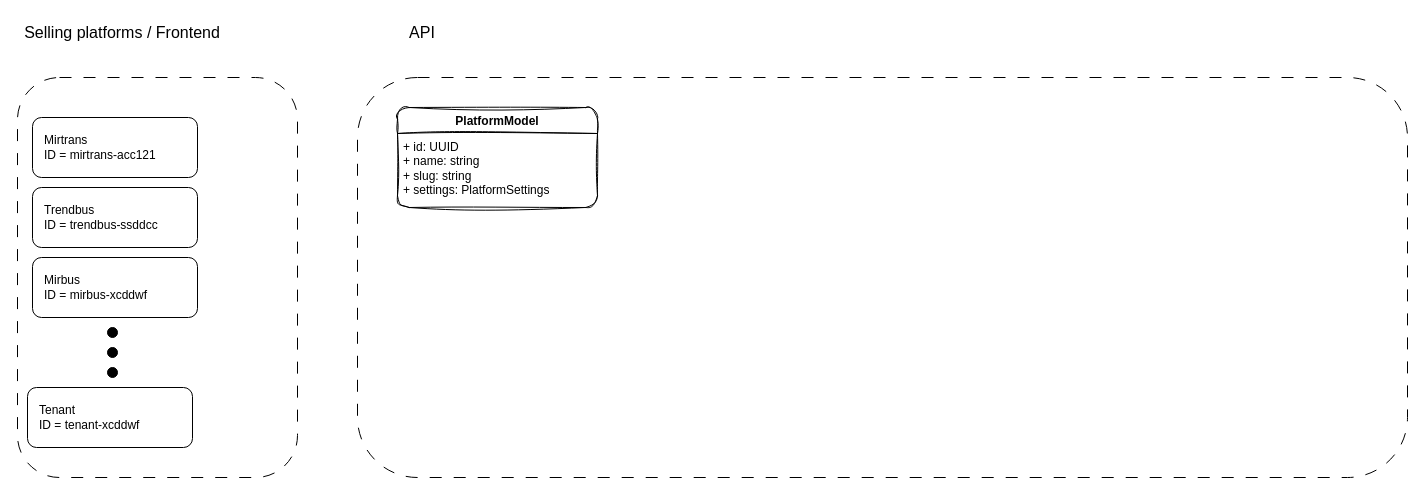
This is page "Multitenant big concept" (5 of 5) of GBS/GBS_Booking_flow.drawio from maxCheptea/Diagrams, a draw.io file, before an edit. Source tidied: cells renumbered, new cells numbered last; positions are measured from the earlier drawing's top-left corner, leaving out a move shared by most shapes. Both pictures are drawn from the tidied source at 100%, with x=0, y=0 at pixel (17, 17).
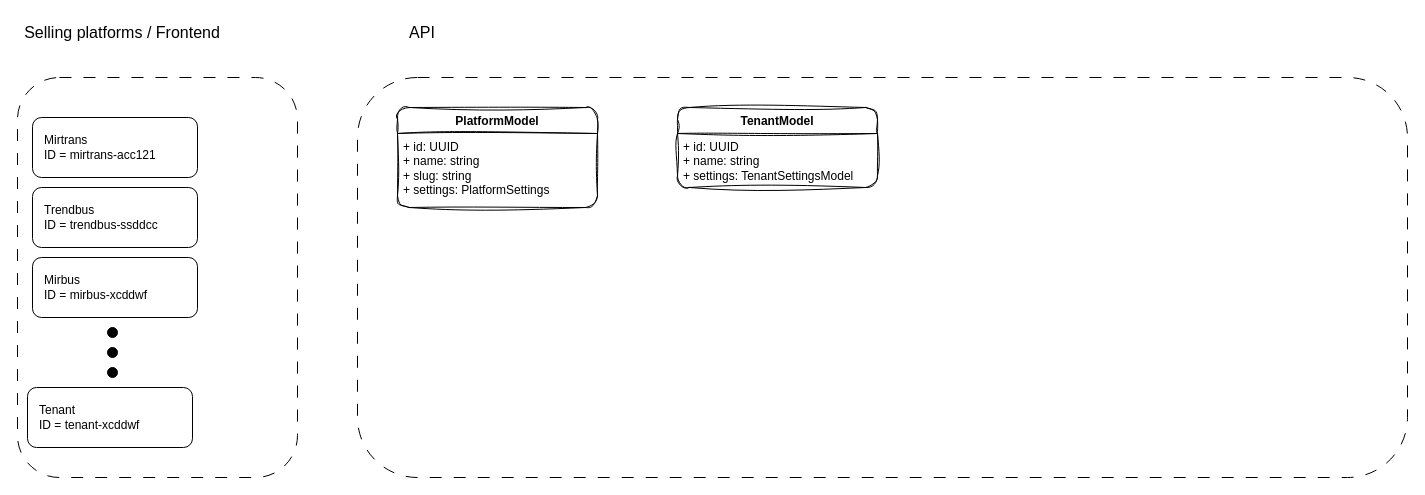
The same diagram, later.

Change to the diagram source:
```diff
@@
 <mxGraphModel>
   <root>
     <mxCell id="0" />
     <mxCell id="1" parent="0" />
     <mxCell id="2" style="rounded=1;whiteSpace=wrap;html=1;fillColor=none;dashed=1;dashPattern=12 12;" parent="1" vertex="1">
       <mxGeometry x="340" y="60" width="1050" height="400" as="geometry" />
     </mxCell>
     <mxCell id="3" value="API" style="text;html=1;align=center;verticalAlign=middle;whiteSpace=wrap;rounded=0;fontSize=16;" parent="1" vertex="1">
       <mxGeometry x="340" width="130" height="30" as="geometry" />
     </mxCell>
     <mxCell id="4" style="group;" parent="1" vertex="1">
       <mxGeometry width="280" height="460" as="geometry" />
     </mxCell>
     <mxCell id="5" style="rounded=1;whiteSpace=wrap;html=1;fillColor=none;dashed=1;dashPattern=12 12;" parent="4" vertex="1">
       <mxGeometry y="60" width="280" height="400" as="geometry" />
     </mxCell>
     <mxCell id="6" value="Selling platforms / Frontend" style="text;html=1;align=center;verticalAlign=middle;whiteSpace=wrap;rounded=0;fontSize=16;" parent="4" vertex="1">
       <mxGeometry width="210" height="30" as="geometry" />
     </mxCell>
     <mxCell id="7" value="Mirtrans&lt;div&gt;ID = mirtrans-acc121&lt;/div&gt;" style="rounded=1;whiteSpace=wrap;html=1;align=left;spacingTop=0;spacingLeft=10;" parent="4" vertex="1">
       <mxGeometry x="15" y="100" width="165" height="60" as="geometry" />
     </mxCell>
     <mxCell id="8" value="Trendbus&lt;div&gt;ID = trendbus-ssddcc&lt;/div&gt;" style="rounded=1;whiteSpace=wrap;html=1;align=left;spacingTop=0;spacingLeft=10;" parent="4" vertex="1">
       <mxGeometry x="15" y="170" width="165" height="60" as="geometry" />
     </mxCell>
     <mxCell id="9" value="Mirbus&lt;div&gt;ID = mirbus-xcddwf&lt;/div&gt;" style="rounded=1;whiteSpace=wrap;html=1;align=left;spacingTop=0;spacingLeft=10;" parent="4" vertex="1">
       <mxGeometry x="15" y="240" width="165" height="60" as="geometry" />
     </mxCell>
     <mxCell id="10" style="ellipse;whiteSpace=wrap;html=1;fillColor=#000000;" parent="4" vertex="1">
       <mxGeometry x="90" y="310" width="10" height="10" as="geometry" />
     </mxCell>
     <mxCell id="11" style="ellipse;whiteSpace=wrap;html=1;fillColor=#000000;" parent="4" vertex="1">
       <mxGeometry x="90" y="330" width="10" height="10" as="geometry" />
     </mxCell>
     <mxCell id="12" style="ellipse;whiteSpace=wrap;html=1;fillColor=#000000;" parent="4" vertex="1">
       <mxGeometry x="90" y="350" width="10" height="10" as="geometry" />
     </mxCell>
     <mxCell id="13" value="Tenant&lt;div&gt;ID = tenant-xcddwf&lt;/div&gt;" style="rounded=1;whiteSpace=wrap;html=1;align=left;spacingTop=0;spacingLeft=10;" parent="4" vertex="1">
       <mxGeometry x="10" y="370" width="165" height="60" as="geometry" />
     </mxCell>
     <mxCell id="14" value="PlatformModel" style="swimlane;fontStyle=1;align=center;verticalAlign=top;horizontal=1;startSize=26;whiteSpace=wrap;html=1;rounded=1;sketch=1;curveFitting=1;jiggle=2;labelBackgroundColor=none;" parent="1" vertex="1">
       <mxGeometry x="380" y="90" width="200" height="100" as="geometry" />
     </mxCell>
     <mxCell id="15" value="+ id: UUID&lt;div&gt;+ name: string&lt;/div&gt;&lt;div&gt;+ slug: string&lt;/div&gt;&lt;div&gt;+ settings: PlatformSettings&lt;/div&gt;" style="text;strokeColor=none;fillColor=none;align=left;verticalAlign=top;spacingLeft=4;spacingRight=4;overflow=hidden;whiteSpace=wrap;html=1;labelBackgroundColor=none;" parent="14" vertex="1">
       <mxGeometry y="26" width="200" height="74" as="geometry" />
     </mxCell>
+    <mxCell id="16" value="TenantModel" style="swimlane;fontStyle=1;align=center;verticalAlign=top;horizontal=1;startSize=26;whiteSpace=wrap;html=1;rounded=1;sketch=1;curveFitting=1;jiggle=2;labelBackgroundColor=none;" parent="1" vertex="1">
+      <mxGeometry x="660" y="90" width="200" height="80" as="geometry" />
+    </mxCell>
+    <mxCell id="17" value="+ id: UUID&lt;div&gt;+ name: string&lt;/div&gt;&lt;div&gt;+ settings: TenantSettingsModel&lt;/div&gt;" style="text;strokeColor=none;fillColor=none;align=left;verticalAlign=top;spacingLeft=4;spacingRight=4;overflow=hidden;whiteSpace=wrap;html=1;labelBackgroundColor=none;" parent="16" vertex="1">
+      <mxGeometry y="26" width="200" height="54" as="geometry" />
+    </mxCell>
   </root>
 </mxGraphModel>
```
